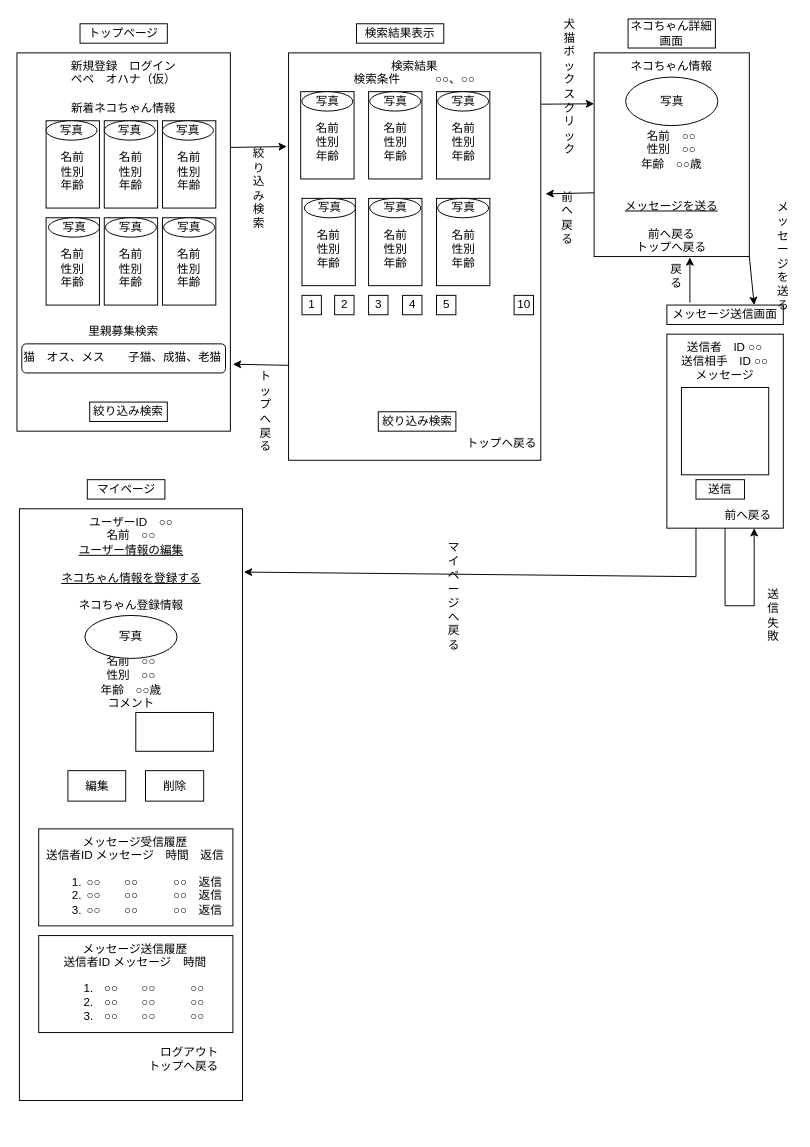
This is Work/画面遷移図/ねこまっち　画面遷移図.drawio from sakuwell/pepe, a draw.io file, before an edit. Source tidied: cells renumbered, new cells numbered last; positions are measured from the earlier drawing's top-left corner, leaving out a move shared by most shapes. Both pictures are drawn from the tidied source at 97%, with x=0, y=0 at pixel (16, 18).
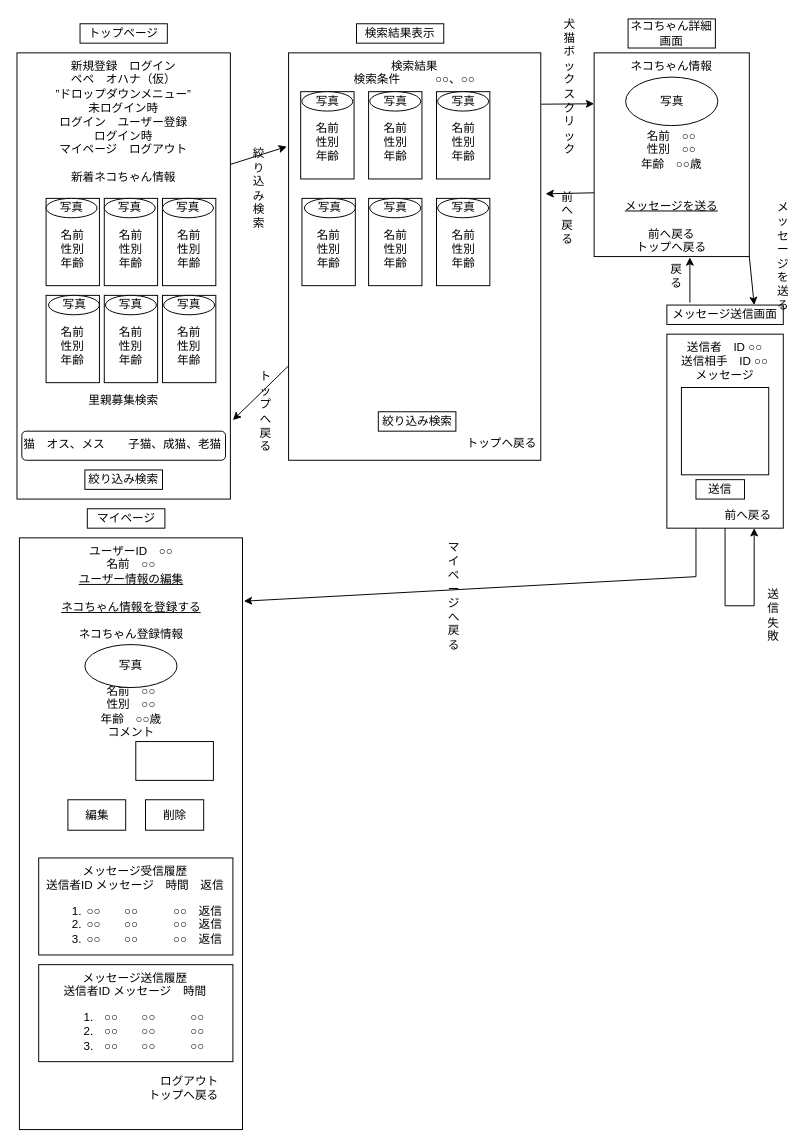
Above is the later version.

Commit message (it also covers changes not shown here):
画面遷移図更新

Unchanged cells that the change refers to:
```xml
<mxCell id="34" style="group;" parent="1" vertex="1">
  <mxGeometry x="280" y="35" width="260" height="420" as="geometry" />
</mxCell>
```

Diff of the diagram source:
```diff
@@
-    <mxCell id="2" value="新規登録　ログイン&lt;br&gt;ペペ　オハナ（仮）&lt;br&gt;&lt;br&gt;新着ネコちゃん情報&lt;br&gt;&lt;br&gt;&lt;br&gt;&lt;br&gt;&lt;br&gt;&lt;br&gt;&lt;br&gt;&lt;br&gt;&lt;br&gt;&lt;br&gt;&lt;br&gt;&lt;br&gt;&lt;br&gt;&lt;br&gt;&lt;br&gt;&lt;br&gt;里親募集検索" style="rounded=0;whiteSpace=wrap;html=1;verticalAlign=top;" parent="1" vertex="1">
-      <mxGeometry y="35" width="220" height="390" as="geometry" />
+    <mxCell id="2" value="新規登録　ログイン&lt;br&gt;ペペ　オハナ（仮）&lt;br&gt;”ドロップダウンメニュー”&lt;br&gt;未ログイン時&lt;br&gt;ログイン　ユーザー登録&lt;br&gt;ログイン時&lt;br&gt;マイページ　ログアウト&lt;br&gt;&lt;br&gt;新着ネコちゃん情報&lt;br&gt;&lt;br&gt;&lt;br&gt;&lt;br&gt;&lt;br&gt;&lt;br&gt;&lt;br&gt;&lt;br&gt;&lt;br&gt;&lt;br&gt;&lt;br&gt;&lt;br&gt;&lt;br&gt;&lt;br&gt;&lt;br&gt;&lt;br&gt;里親募集検索" style="rounded=0;whiteSpace=wrap;html=1;verticalAlign=top;" parent="1" vertex="1">
+      <mxGeometry y="35" width="220" height="460" as="geometry" />
     </mxCell>
@@
     <mxCell id="5" value="猫　オス、メス　　子猫、成猫、老猫" style="rounded=1;whiteSpace=wrap;html=1;verticalAlign=top;align=left;" parent="1" vertex="1">
-      <mxGeometry x="5" y="335" width="210" height="30" as="geometry" />
+      <mxGeometry x="5" y="425" width="210" height="30" as="geometry" />
     </mxCell>
     <mxCell id="6" value="絞り込み検索" style="rounded=0;whiteSpace=wrap;html=1;" parent="1" vertex="1">
-      <mxGeometry x="75" y="395" width="80" height="20" as="geometry" />
+      <mxGeometry x="70" y="465" width="80" height="20" as="geometry" />
     </mxCell>
     <mxCell id="7" style="group;" parent="1" vertex="1">
-      <mxGeometry x="30" y="105" width="55" height="90" as="geometry" />
+      <mxGeometry x="30" y="185" width="55" height="90" as="geometry" />
     </mxCell>
@@
     <mxCell id="10" style="group;" parent="1" vertex="1">
-      <mxGeometry x="150" y="105" width="55" height="90" as="geometry" />
+      <mxGeometry x="150" y="185" width="55" height="90" as="geometry" />
     </mxCell>
@@
     <mxCell id="13" style="group;" parent="1" vertex="1">
-      <mxGeometry x="150" y="205" width="55" height="90" as="geometry" />
+      <mxGeometry x="150" y="285" width="55" height="90" as="geometry" />
     </mxCell>
@@
     <mxCell id="16" style="group;" parent="1" vertex="1">
-      <mxGeometry x="90" y="105" width="55" height="90" as="geometry" />
+      <mxGeometry x="90" y="185" width="55" height="90" as="geometry" />
     </mxCell>
@@
     <mxCell id="19" style="group;" parent="1" vertex="1">
-      <mxGeometry x="30" y="205" width="55" height="90" as="geometry" />
+      <mxGeometry x="30" y="285" width="55" height="90" as="geometry" />
     </mxCell>
@@
     <mxCell id="22" style="group;" parent="1" vertex="1">
-      <mxGeometry x="90" y="205" width="55" height="90" as="geometry" />
+      <mxGeometry x="90" y="285" width="55" height="90" as="geometry" />
     </mxCell>
@@
     <mxCell id="36" style="group;" parent="34" vertex="1">
-      <mxGeometry x="12.5" y="40" width="55" height="90" as="geometry" />
+      <mxGeometry x="12.5" y="40" width="55" height="130" as="geometry" />
     </mxCell>
@@
-    <mxCell id="54" value="1" style="rounded=0;whiteSpace=wrap;html=1;" parent="34" vertex="1">
-      <mxGeometry x="13.8" y="250" width="20" height="20" as="geometry" />
-    </mxCell>
-    <mxCell id="55" value="2" style="rounded=0;whiteSpace=wrap;html=1;" parent="34" vertex="1">
-      <mxGeometry x="47.5" y="250" width="20" height="20" as="geometry" />
-    </mxCell>
-    <mxCell id="56" value="3" style="rounded=0;whiteSpace=wrap;html=1;" parent="34" vertex="1">
-      <mxGeometry x="82.5" y="250" width="20" height="20" as="geometry" />
-    </mxCell>
-    <mxCell id="57" value="4" style="rounded=0;whiteSpace=wrap;html=1;" parent="34" vertex="1">
-      <mxGeometry x="117.5" y="250" width="20" height="20" as="geometry" />
-    </mxCell>
-    <mxCell id="58" value="5" style="rounded=0;whiteSpace=wrap;html=1;" parent="34" vertex="1">
-      <mxGeometry x="152.5" y="250" width="20" height="20" as="geometry" />
-    </mxCell>
-    <mxCell id="59" value="10" style="rounded=0;whiteSpace=wrap;html=1;" parent="34" vertex="1">
-      <mxGeometry x="232.5" y="250" width="20" height="20" as="geometry" />
-    </mxCell>
@@
     <mxCell id="76" style="group;" parent="1" vertex="1">
-      <mxGeometry x="2.5" y="475" width="230" height="640" as="geometry" />
+      <mxGeometry x="2.5" y="505" width="230" height="640" as="geometry" />
     </mxCell>
```
